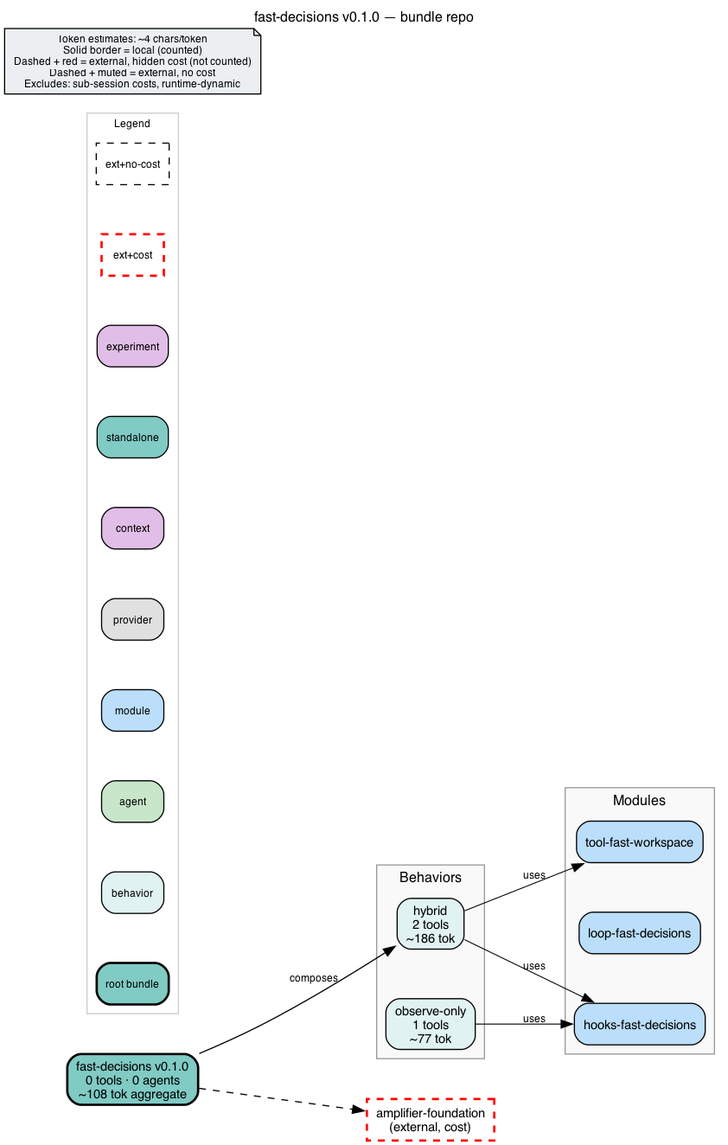
Earlier version of the Graphviz export bundle.png (michaeljabbour/amplifier-bundle-fast-decisions). Its source is kept beside it as bundle.dot.
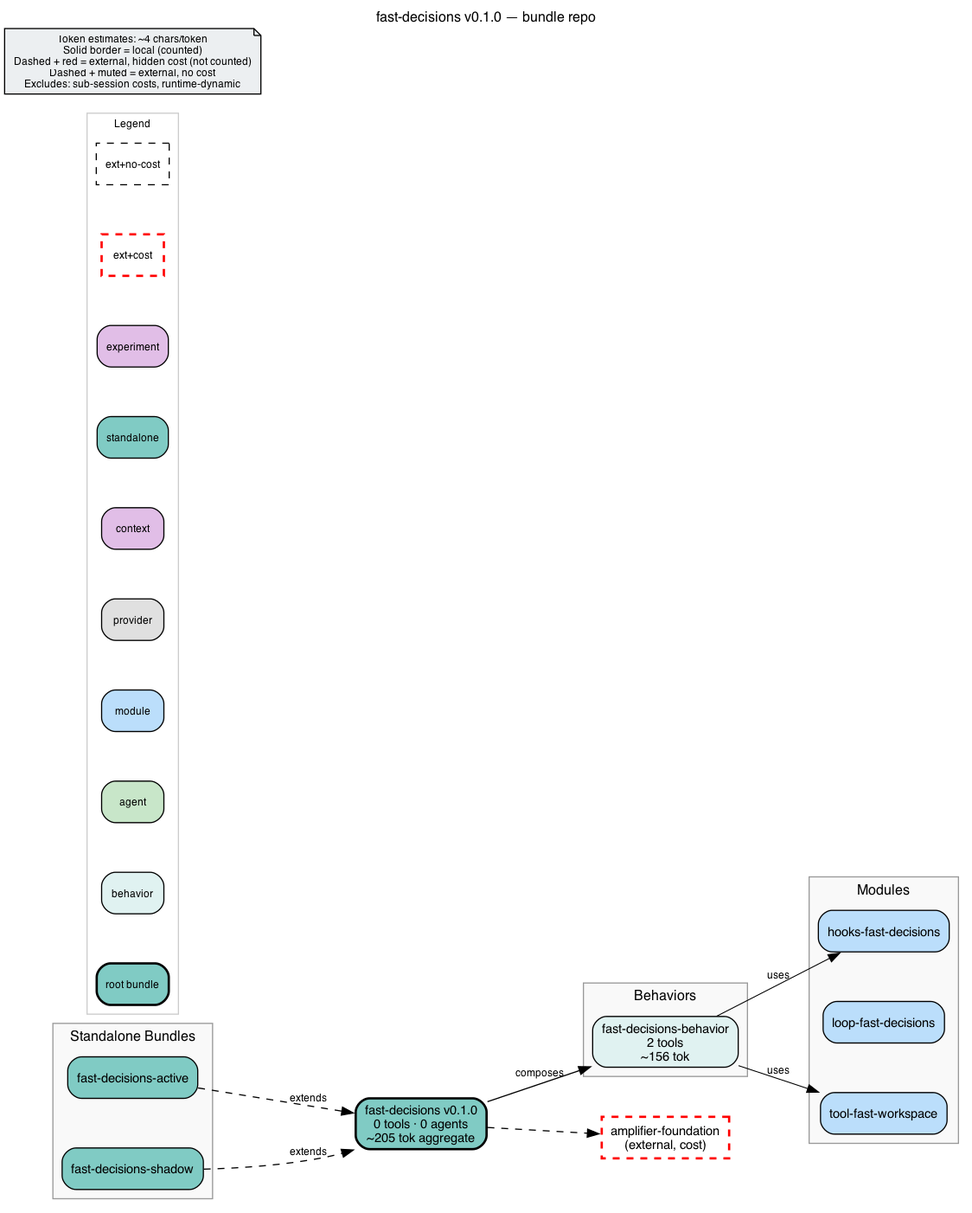
The same file after the commit.

What changed in the source:
```diff
@@ -8,12 +8,12 @@
     nodesep=0.6
     ranksep=0.7
     bgcolor="white"
-    source_hash="8a980f37b427ceffaf255278897db9efac034f673afdc7f835c91e0891c2af25"
+    source_hash="0fc128ae02ca443f024921b06badeee23aebfb5c4630c4abccd8dcdd7bcfde1d"
 
     node [fontname="Helvetica", fontsize=11, style="filled,rounded"]
     edge [fontname="Helvetica", fontsize=9]
 
-    root_fast_decisions [label="fast-decisions v0.1.0\n0 tools · 0 agents\n~108 tok aggregate", shape=box, fillcolor="#80cbc4", style="filled,rounded,bold", penwidth=2]
+    root_fast_decisions [label="fast-decisions v0.1.0\n0 tools · 0 agents\n~205 tok aggregate", shape=box, fillcolor="#80cbc4", style="filled,rounded,bold", penwidth=2]
 
     subgraph cluster_behaviors {
         label="Behaviors"
@@ -21,8 +21,17 @@
         fillcolor="#f9f9f9"
         color="#999999"
 
-        beh_hybrid [label="hybrid\n2 tools\n~186 tok", shape=box, fillcolor="#e0f2f1", style="filled,rounded"]
-        beh_observe_only [label="observe-only\n1 tools\n~77 tok", shape=box, fillcolor="#e0f2f1", style="filled,rounded"]
+        beh_fast_decisions_behavior [label="fast-decisions-behavior\n2 tools\n~156 tok", shape=box, fillcolor="#e0f2f1", style="filled,rounded"]
+    }
+
+    subgraph cluster_standalones {
+        label="Standalone Bundles"
+        style="filled"
+        fillcolor="#f9f9f9"
+        color="#999999"
+
+        sta_fast_decisions_active [label="fast-decisions-active", shape=box, fillcolor="#80cbc4", style="filled,rounded"]
+        sta_fast_decisions_shadow [label="fast-decisions-shadow", shape=box, fillcolor="#80cbc4", style="filled,rounded"]
     }
 
     subgraph cluster_modules {
@@ -60,8 +69,9 @@
     ext_githttps___github_com_microsoft_amplifier_foundation_main [label="amplifier-foundation\n(external, cost)", shape=box, fillcolor="#80cbc4", style="dashed", color="red", penwidth=2]
 
     root_fast_decisions -> ext_githttps___github_com_microsoft_amplifier_foundation_main [style=dashed]
-    root_fast_decisions -> beh_hybrid [label="composes"]
-    beh_hybrid -> mod_tool_fast_workspace [label="uses", penwidth=0.8]
-    beh_hybrid -> mod_hooks_fast_decisions [label="uses", penwidth=0.8]
-    beh_observe_only -> mod_hooks_fast_decisions [label="uses", penwidth=0.8]
+    root_fast_decisions -> beh_fast_decisions_behavior [label="composes"]
+    beh_fast_decisions_behavior -> mod_tool_fast_workspace [label="uses", penwidth=0.8]
+    beh_fast_decisions_behavior -> mod_hooks_fast_decisions [label="uses", penwidth=0.8]
+    sta_fast_decisions_active -> root_fast_decisions [label="extends", style=dashed]
+    sta_fast_decisions_shadow -> root_fast_decisions [label="extends", style=dashed]
 }
```
